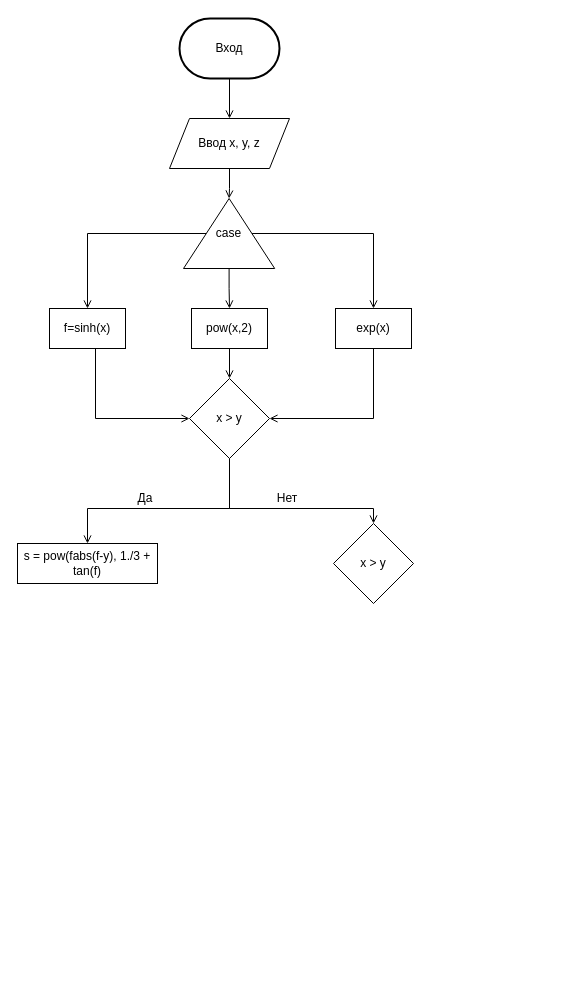
Earlier version of the draw.io diagram Untitled Diagram.drawio (ArgumenTiKi/ClashRoyale). Source tidied: cells renumbered, new cells numbered last; positions are measured from the earlier drawing's top-left corner, leaving out a move shared by most shapes. Both pictures are drawn from the tidied source at 100%, with x=0, y=0 at pixel (17, 18).
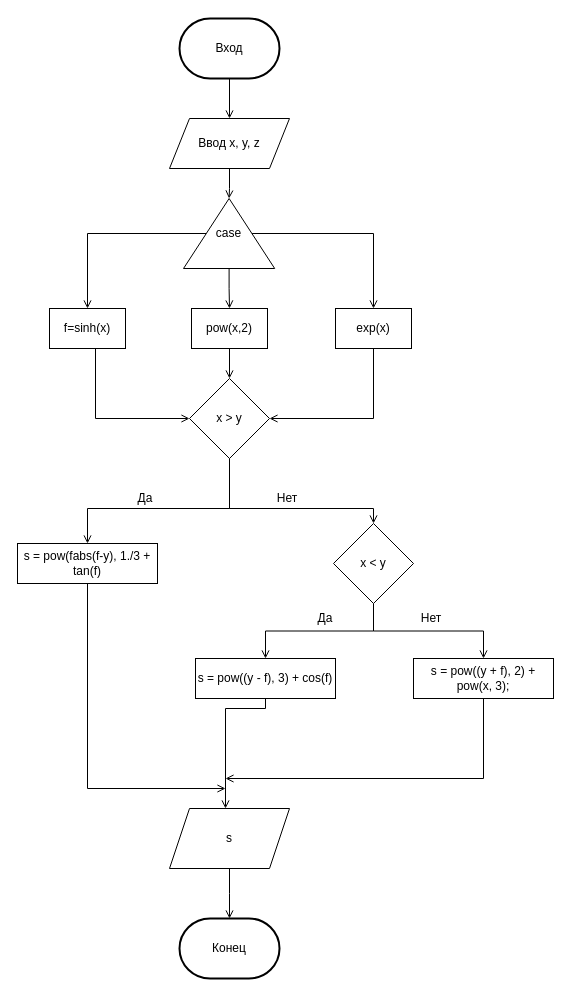
The same diagram, later.

Unchanged cells that the change refers to:
```xml
<mxCell id="21" value="s = pow(fabs(f-y), 1./3 + tan(f)" style="rounded=0;whiteSpace=wrap;html=1;" parent="1" vertex="1">
  <mxGeometry y="525" width="140" height="40" as="geometry" />
</mxCell>
```

The edit, as a diff of the source:
```diff
@@
+    <mxCell id="23" style="edgeStyle=orthogonalEdgeStyle;rounded=0;jettySize=auto;html=1;entryX=0.5;entryY=0;entryDx=0;entryDy=0;endArrow=open;endFill=0;" parent="1" edge="1" source="19" target="29">
+      <mxGeometry relative="1" as="geometry" />
+    </mxCell>
+    <mxCell id="24" style="edgeStyle=orthogonalEdgeStyle;rounded=0;jettySize=auto;html=1;entryX=0.5;entryY=0;entryDx=0;entryDy=0;endArrow=open;endFill=0;" parent="1" edge="1" source="19" target="27">
+      <mxGeometry relative="1" as="geometry" />
+    </mxCell>
-    <mxCell id="19" value="x &amp;gt; y" style="rhombus;whiteSpace=wrap;html=1;" parent="1" vertex="1">
+    <mxCell id="19" value="x &amp;lt; y" style="rhombus;whiteSpace=wrap;html=1;" parent="1" vertex="1">
       <mxGeometry x="316" y="505" width="80" height="80" as="geometry" />
     </mxCell>
@@
+    <mxCell id="25" style="edgeStyle=orthogonalEdgeStyle;rounded=0;jettySize=auto;html=1;endArrow=open;endFill=0;" parent="1" edge="1" source="21">
+      <mxGeometry relative="1" as="geometry">
+        <mxPoint x="208" y="770" as="targetPoint" />
+        <Array as="points">
+          <mxPoint x="70" y="770" />
+        </Array>
+      </mxGeometry>
+    </mxCell>
@@
+    <mxCell id="26" style="edgeStyle=orthogonalEdgeStyle;rounded=0;jettySize=auto;html=1;exitX=0.5;exitY=1;exitDx=0;exitDy=0;endArrow=open;endFill=0;" parent="1" edge="1" source="27">
+      <mxGeometry relative="1" as="geometry">
+        <mxPoint x="208" y="760" as="targetPoint" />
+        <Array as="points">
+          <mxPoint x="466" y="760" />
+        </Array>
+      </mxGeometry>
+    </mxCell>
+    <mxCell id="27" value="s = pow((y + f), 2) + pow(x, 3);" style="rounded=0;whiteSpace=wrap;html=1;" parent="1" vertex="1">
+      <mxGeometry x="396" y="640" width="140" height="40" as="geometry" />
+    </mxCell>
+    <mxCell id="28" style="edgeStyle=orthogonalEdgeStyle;rounded=0;jettySize=auto;html=1;endArrow=open;endFill=0;" parent="1" edge="1" source="29" target="33">
+      <mxGeometry relative="1" as="geometry">
+        <Array as="points">
+          <mxPoint x="248" y="690" />
+          <mxPoint x="208" y="690" />
+        </Array>
+      </mxGeometry>
+    </mxCell>
+    <mxCell id="29" value="s = pow((y - f), 3) + cos(f)" style="rounded=0;whiteSpace=wrap;html=1;" parent="1" vertex="1">
+      <mxGeometry x="178" y="640" width="140" height="40" as="geometry" />
+    </mxCell>
+    <mxCell id="30" value="Нет" style="text;html=1;strokeColor=none;fillColor=none;align=center;verticalAlign=middle;whiteSpace=wrap;rounded=0;" parent="1" vertex="1">
+      <mxGeometry x="394" y="590" width="40" height="20" as="geometry" />
+    </mxCell>
+    <mxCell id="31" value="Да" style="text;html=1;strokeColor=none;fillColor=none;align=center;verticalAlign=middle;whiteSpace=wrap;rounded=0;" parent="1" vertex="1">
+      <mxGeometry x="288" y="590" width="40" height="20" as="geometry" />
+    </mxCell>
+    <mxCell id="32" style="edgeStyle=orthogonalEdgeStyle;rounded=0;jettySize=auto;html=1;endArrow=open;endFill=0;" parent="1" edge="1" source="33">
+      <mxGeometry relative="1" as="geometry">
+        <mxPoint x="212" y="900" as="targetPoint" />
+      </mxGeometry>
+    </mxCell>
+    <mxCell id="33" value="s" style="shape=parallelogram;perimeter=parallelogramPerimeter;whiteSpace=wrap;html=1;fixedSize=1;" parent="1" vertex="1">
+      <mxGeometry x="152" y="790" width="120" height="60" as="geometry" />
+    </mxCell>
+    <mxCell id="34" value="Конец" style="strokeWidth=2;html=1;shape=mxgraph.flowchart.terminator;whiteSpace=wrap;" parent="1" vertex="1">
+      <mxGeometry x="162" y="900" width="100" height="60" as="geometry" />
+    </mxCell>
```
